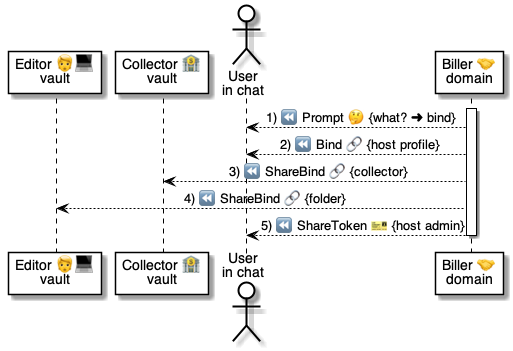
The PlantUML diagram 4 ⚙️ Solution/45 🤲 Helper domains/Billers 🤝/🤝⏩ Biller flows/Bind Biller 🧑‍🦰⏩🤝/🤝 Bind Biller ⚙️ uml.png in pollyweb-org/pollyweb-docs, before a commit. Its source is kept beside it as 4 ⚙️ Solution/45 🤲 Helper domains/Billers 🤝/🤝⏩ Biller flows/Bind Biller 🧑‍🦰⏩🤝/🤝 Bind Biller ⚙️ uml.puml.
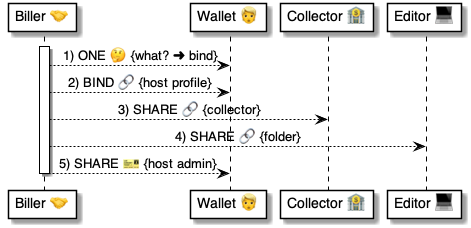
The same diagram one commit later.

The edit, as a diff of the source:
```diff
@@ -1,17 +1,17 @@
 @startuml Bind Biller
 
-participant "Editor 🧑‍💻\nvault" as folder
-participant "Collector 🏦\nvault" as collector
-actor "User\nin chat" as user
-participant "Biller 🤝\ndomain" as biller
+participant "Biller 🤝" as biller
+participant "Wallet 👱" as user
+participant "Collector 🏦" as collector
+participant "Editor 💻" as folder
 
 
 activate biller
-    biller --> user: 1) ⏪ Prompt 🤔 {what? ➜ bind}
-    biller --> user: 2) ⏪ Bind 🔗 {host profile}
-    biller --> collector: 3) ⏪ ShareBind 🔗 {collector}
-    biller --> folder: 4) ⏪ ShareBind 🔗 {folder}
-    biller --> user: 5) ⏪ ShareToken 🎫 {host admin}
+    biller --> user: 1) ONE 🤔 {what? ➜ bind}
+    biller --> user: 2) BIND 🔗 {host profile}
+    biller --> collector: 3) SHARE 🔗 {collector}
+    biller --> folder: 4) SHARE 🔗 {folder}
+    biller --> user: 5) SHARE 🎫 {host admin}
 deactivate biller
 
 @enduml
```
